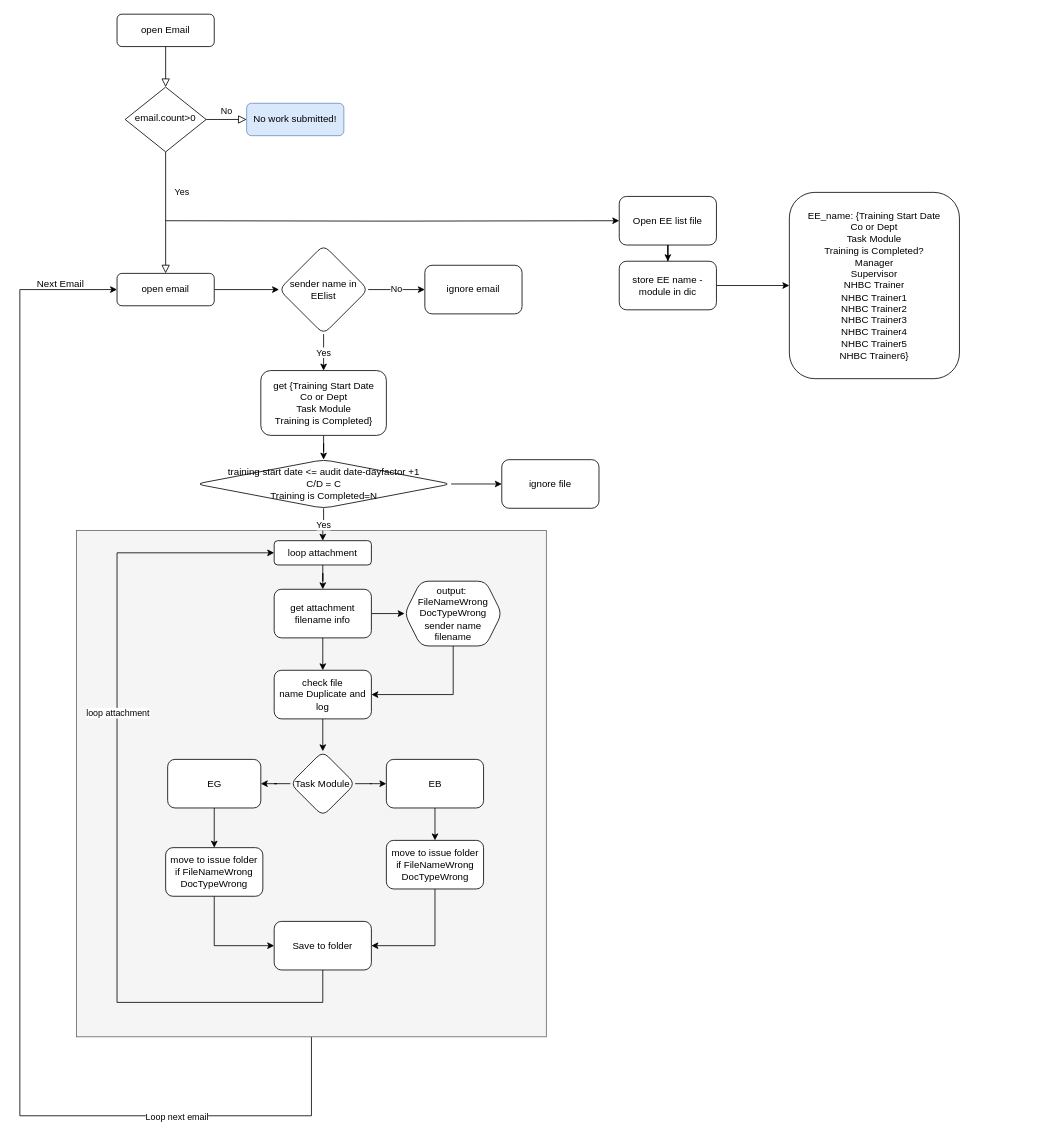
The draw.io diagram OPEX - handle received email.drawio in explorer2x/temp, before the edit. Source tidied: cells renumbered, new cells numbered last; positions are measured from the earlier drawing's top-left corner, leaving out a move shared by most shapes. Both pictures are drawn from the tidied source at 81%, with x=0, y=0 at pixel (19, 14).
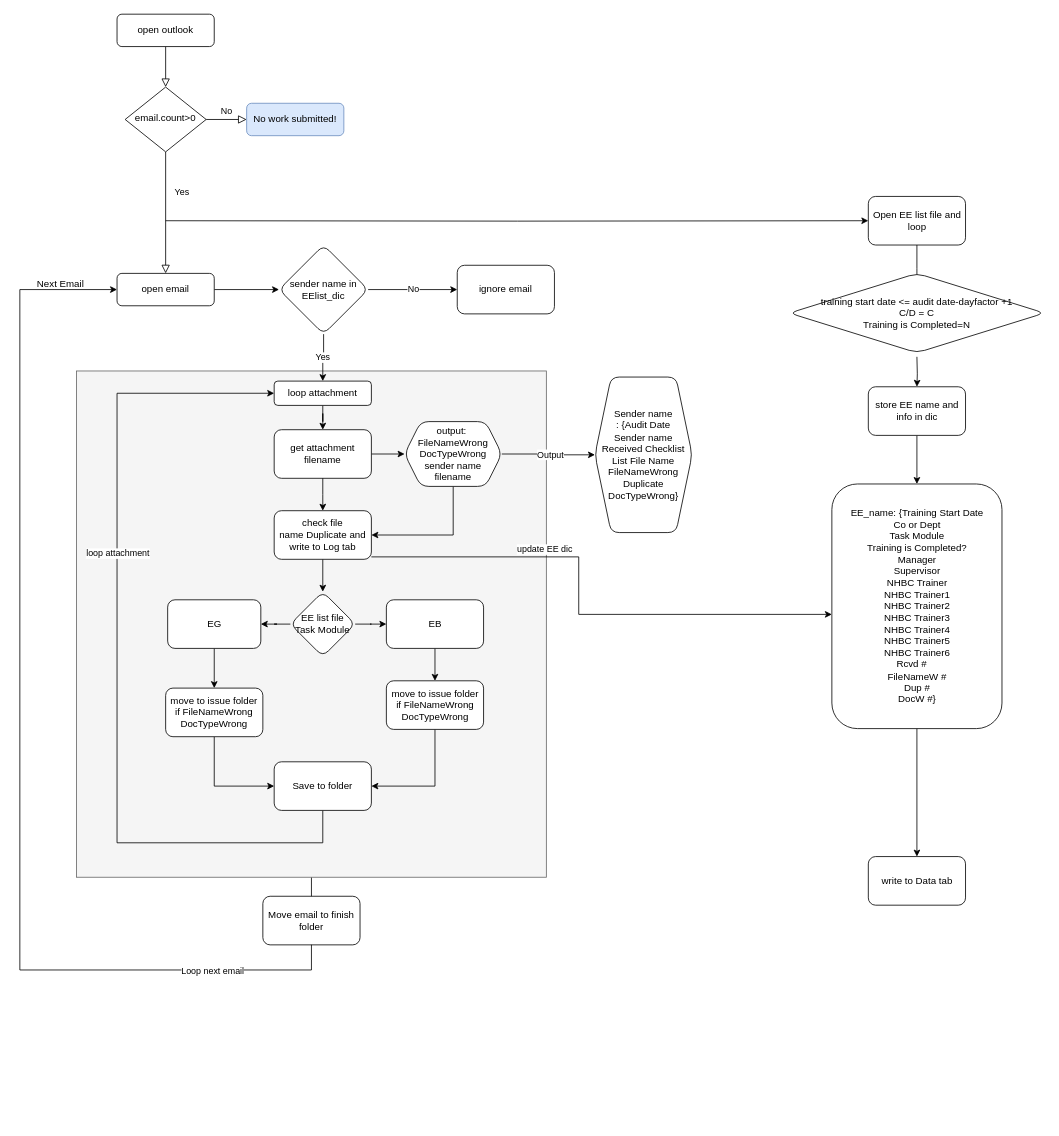
Above is the later version.

The change refers to these unchanged cells:
```xml
<mxCell id="13" value="open email" style="rounded=1;whiteSpace=wrap;html=1;fontSize=12;glass=0;strokeWidth=1;shadow=0;" parent="1" vertex="1">
  <mxGeometry x="120" y="320" width="120" height="40" as="geometry" />
</mxCell>
```

Change to the diagram source:
```diff
@@
     <mxCell id="2" style="edgeStyle=orthogonalEdgeStyle;rounded=0;jettySize=auto;html=1;entryX=0;entryY=0.5;entryDx=0;entryDy=0;" parent="1" edge="1" source="4" target="13">
       <mxGeometry relative="1" as="geometry">
         <Array as="points">
-          <mxPoint x="360" y="1360" />
-          <mxPoint y="1360" />
+          <mxPoint x="360" y="1180" />
+          <mxPoint y="1180" />
           <mxPoint y="340" />
         </Array>
       </mxGeometry>
     </mxCell>
@@
     <mxCell id="4" style="rounded=0;whiteSpace=wrap;html=1;fillColor=#f5f5f5;fontColor=#333333;strokeColor=#666666;" parent="1" vertex="1">
-      <mxGeometry x="70" y="637.5" width="580" height="625" as="geometry" />
+      <mxGeometry x="70" y="440.5" width="580" height="625" as="geometry" />
     </mxCell>
@@
-    <mxCell id="6" value="open Email" style="rounded=1;whiteSpace=wrap;html=1;fontSize=12;glass=0;strokeWidth=1;shadow=0;" parent="1" vertex="1">
+    <mxCell id="6" value="open outlook" style="rounded=1;whiteSpace=wrap;html=1;fontSize=12;glass=0;strokeWidth=1;shadow=0;" parent="1" vertex="1">
       <mxGeometry x="120" width="120" height="40" as="geometry" />
     </mxCell>
@@
-    <mxCell id="14" style="edgeStyle=orthogonalEdgeStyle;rounded=0;jettySize=auto;html=1;" parent="1" edge="1" source="15" target="17">
-      <mxGeometry relative="1" as="geometry" />
-    </mxCell>
+    <mxCell id="54" style="edgeStyle=orthogonalEdgeStyle;rounded=0;jettySize=auto;html=1;entryX=0.5;entryY=0;entryDx=0;entryDy=0;" parent="1" edge="1" source="15">
+      <mxGeometry relative="1" as="geometry">
+        <mxPoint x="1107.5" y="343" as="targetPoint" />
+      </mxGeometry>
+    </mxCell>
-    <mxCell id="15" value="Open EE list file" style="rounded=1;whiteSpace=wrap;html=1;" parent="1" vertex="1">
-      <mxGeometry x="740" y="225" width="120" height="60" as="geometry" />
+    <mxCell id="15" value="Open EE list file and loop" style="rounded=1;whiteSpace=wrap;html=1;" parent="1" vertex="1">
+      <mxGeometry x="1047.5" y="225" width="120" height="60" as="geometry" />
     </mxCell>
@@
-    <mxCell id="17" value="store EE name - module in dic" style="whiteSpace=wrap;html=1;rounded=1;" parent="1" vertex="1">
-      <mxGeometry x="740" y="305" width="120" height="60" as="geometry" />
+    <mxCell id="17" value="store EE name and info in dic" style="whiteSpace=wrap;html=1;rounded=1;" parent="1" vertex="1">
+      <mxGeometry x="1047.5" y="460" width="120" height="60" as="geometry" />
     </mxCell>
+    <mxCell id="55" style="edgeStyle=orthogonalEdgeStyle;rounded=0;jettySize=auto;html=1;" parent="1" edge="1" source="18" target="61">
+      <mxGeometry relative="1" as="geometry" />
+    </mxCell>
-    <mxCell id="18" value="&lt;div&gt;EE_name: {Training Start Date&lt;/div&gt;&lt;div&gt;Co or Dept&lt;/div&gt;&lt;div&gt;Task Module&lt;/div&gt;&lt;div&gt;Training is Completed?&lt;br&gt;&lt;/div&gt;&lt;div&gt;Manager&lt;/div&gt;&lt;div&gt;Supervisor&lt;/div&gt;&lt;div&gt;NHBC Trainer&lt;/div&gt;&lt;div&gt;NHBC Trainer1&lt;/div&gt;&lt;div&gt;NHBC Trainer2&lt;/div&gt;&lt;div&gt;NHBC Trainer3&lt;/div&gt;&lt;div&gt;NHBC Trainer4&lt;/div&gt;&lt;div&gt;NHBC Trainer5&lt;/div&gt;&lt;div&gt;NHBC Trainer6}&lt;/div&gt;" style="whiteSpace=wrap;html=1;rounded=1;" parent="1" vertex="1">
-      <mxGeometry x="950" y="220" width="210" height="230" as="geometry" />
+    <mxCell id="18" value="&lt;div&gt;EE_name: {Training Start Date&lt;/div&gt;&lt;div&gt;Co or Dept&lt;/div&gt;&lt;div&gt;Task Module&lt;/div&gt;&lt;div&gt;Training is Completed?&lt;br&gt;&lt;/div&gt;&lt;div&gt;Manager&lt;/div&gt;&lt;div&gt;Supervisor&lt;/div&gt;&lt;div&gt;NHBC Trainer&lt;/div&gt;&lt;div&gt;NHBC Trainer1&lt;/div&gt;&lt;div&gt;NHBC Trainer2&lt;/div&gt;&lt;div&gt;NHBC Trainer3&lt;/div&gt;&lt;div&gt;NHBC Trainer4&lt;/div&gt;&lt;div&gt;NHBC Trainer5&lt;/div&gt;&lt;div&gt;NHBC Trainer6&lt;/div&gt;&lt;div&gt;Rcvd #&lt;span style=&quot;white-space: pre;&quot;&gt;&amp;nbsp;&amp;nbsp;&amp;nbsp;&amp;nbsp;&lt;/span&gt;&lt;/div&gt;&lt;div&gt;FileNameW #&lt;/div&gt;&lt;div&gt;Dup #&lt;/div&gt;&lt;div&gt;&lt;span style=&quot;background-color: initial;&quot;&gt;DocW #&lt;/span&gt;}&lt;/div&gt;" style="whiteSpace=wrap;html=1;rounded=1;" parent="1" vertex="1">
+      <mxGeometry x="1002.5" y="580" width="210" height="302" as="geometry" />
     </mxCell>
-    <mxCell id="19" value="Yes" style="edgeStyle=orthogonalEdgeStyle;rounded=0;jettySize=auto;html=1;" parent="1" edge="1" source="21" target="23">
+    <mxCell id="19" value="Yes" style="edgeStyle=orthogonalEdgeStyle;rounded=0;jettySize=auto;html=1;entryX=0.5;entryY=0;entryDx=0;entryDy=0;" parent="1" edge="1" source="21" target="30">
       <mxGeometry relative="1" as="geometry" />
     </mxCell>
@@
-    <mxCell id="21" value="sender name in EElist" style="rhombus;whiteSpace=wrap;html=1;rounded=1;glass=0;strokeWidth=1;shadow=0;" parent="1" vertex="1">
+    <mxCell id="21" value="sender name in EElist_dic" style="rhombus;whiteSpace=wrap;html=1;rounded=1;glass=0;strokeWidth=1;shadow=0;" parent="1" vertex="1">
       <mxGeometry x="320" y="285" width="110" height="110" as="geometry" />
     </mxCell>
-    <mxCell id="22" style="edgeStyle=orthogonalEdgeStyle;rounded=0;jettySize=auto;html=1;" parent="1" edge="1" source="23" target="28">
-      <mxGeometry relative="1" as="geometry" />
-    </mxCell>
-    <mxCell id="23" value="get {Training Start Date&lt;br&gt;Co or Dept&lt;br&gt;&lt;div style=&quot;border-color: var(--border-color);&quot;&gt;Task Module&lt;/div&gt;&lt;div style=&quot;border-color: var(--border-color);&quot;&gt;Training is Completed&lt;span style=&quot;background-color: initial;&quot;&gt;}&lt;/span&gt;&lt;/div&gt;" style="whiteSpace=wrap;html=1;rounded=1;glass=0;strokeWidth=1;shadow=0;" parent="1" vertex="1">
-      <mxGeometry x="297.5" y="440" width="155" height="80" as="geometry" />
-    </mxCell>
     <mxCell id="24" value="ignore email" style="rounded=1;whiteSpace=wrap;html=1;glass=0;strokeWidth=1;shadow=0;" parent="1" vertex="1">
-      <mxGeometry x="500" y="310" width="120" height="60" as="geometry" />
+      <mxGeometry x="540" y="310" width="120" height="60" as="geometry" />
     </mxCell>
-    <mxCell id="25" style="edgeStyle=orthogonalEdgeStyle;rounded=0;jettySize=auto;html=1;" parent="1" edge="1" source="28" target="30">
-      <mxGeometry relative="1" as="geometry" />
-    </mxCell>
-    <mxCell id="26" value="Yes" style="edgeLabel;html=1;align=center;verticalAlign=middle;" parent="25" vertex="1">
-      <mxGeometry x="0.35" y="-3" relative="1" as="geometry">
-        <mxPoint x="3" y="-7" as="offset" />
-      </mxGeometry>
-    </mxCell>
-    <mxCell id="27" style="edgeStyle=orthogonalEdgeStyle;rounded=0;jettySize=auto;html=1;" parent="1" edge="1" source="28" target="45">
-      <mxGeometry relative="1" as="geometry" />
-    </mxCell>
-    <mxCell id="28" value="training start date &amp;lt;= audit date-dayfactor +1&lt;br&gt;C/D = C&lt;br&gt;Training is Completed=N" style="rhombus;whiteSpace=wrap;html=1;rounded=1;glass=0;strokeWidth=1;shadow=0;" parent="1" vertex="1">
-      <mxGeometry x="217.5" y="550" width="315" height="60" as="geometry" />
-    </mxCell>
@@
     <mxCell id="30" value="loop attachment" style="whiteSpace=wrap;html=1;rounded=1;glass=0;strokeWidth=1;shadow=0;" parent="1" vertex="1">
-      <mxGeometry x="314" y="650" width="120" height="30" as="geometry" />
+      <mxGeometry x="314" y="453" width="120" height="30" as="geometry" />
     </mxCell>
@@
-    <mxCell id="33" value="get attachment filename info" style="whiteSpace=wrap;html=1;rounded=1;glass=0;strokeWidth=1;shadow=0;" parent="1" vertex="1">
-      <mxGeometry x="314" y="710" width="120" height="60" as="geometry" />
+    <mxCell id="33" value="get attachment filename" style="whiteSpace=wrap;html=1;rounded=1;glass=0;strokeWidth=1;shadow=0;" parent="1" vertex="1">
+      <mxGeometry x="314" y="513" width="120" height="60" as="geometry" />
     </mxCell>
@@
-    <mxCell id="36" value="&lt;div style=&quot;border-color: var(--border-color);&quot;&gt;Task Module&lt;/div&gt;" style="rhombus;whiteSpace=wrap;html=1;rounded=1;glass=0;strokeWidth=1;shadow=0;" parent="1" vertex="1">
-      <mxGeometry x="334" y="910" width="80" height="80" as="geometry" />
+    <mxCell id="36" value="EE list file&lt;div style=&quot;border-color: var(--border-color);&quot;&gt;Task Module&lt;/div&gt;" style="rhombus;whiteSpace=wrap;html=1;rounded=1;glass=0;strokeWidth=1;shadow=0;" parent="1" vertex="1">
+      <mxGeometry x="334" y="713" width="80" height="80" as="geometry" />
     </mxCell>
@@
     <mxCell id="39" value="EG" style="whiteSpace=wrap;html=1;rounded=1;glass=0;strokeWidth=1;shadow=0;" parent="1" vertex="1">
-      <mxGeometry x="182.5" y="920" width="115" height="60" as="geometry" />
+      <mxGeometry x="182.5" y="723" width="115" height="60" as="geometry" />
     </mxCell>
@@
     <mxCell id="42" value="EB" style="whiteSpace=wrap;html=1;rounded=1;glass=0;strokeWidth=1;shadow=0;" parent="1" vertex="1">
-      <mxGeometry x="452.5" y="920" width="120" height="60" as="geometry" />
+      <mxGeometry x="452.5" y="723" width="120" height="60" as="geometry" />
     </mxCell>
     <mxCell id="43" style="edgeStyle=orthogonalEdgeStyle;rounded=0;jettySize=auto;html=1;" parent="1" edge="1" source="33" target="44">
       <mxGeometry relative="1" as="geometry">
         <Array as="points">
-          <mxPoint x="374" y="790" />
-          <mxPoint x="374" y="790" />
+          <mxPoint x="374" y="593" />
+          <mxPoint x="374" y="593" />
         </Array>
       </mxGeometry>
     </mxCell>
+    <mxCell id="56" style="edgeStyle=orthogonalEdgeStyle;rounded=0;jettySize=auto;html=1;" parent="1" edge="1" source="44" target="18">
+      <mxGeometry relative="1" as="geometry">
+        <Array as="points">
+          <mxPoint x="690" y="670" />
+          <mxPoint x="690" y="741" />
+        </Array>
+      </mxGeometry>
+    </mxCell>
+    <mxCell id="57" value="update EE dic" style="edgeLabel;html=1;align=center;verticalAlign=middle;" parent="56" vertex="1">
+      <mxGeometry x="-0.2" relative="1" as="geometry">
+        <mxPoint x="-43" y="-10" as="offset" />
+      </mxGeometry>
+    </mxCell>
-    <mxCell id="44" value="check file name&amp;nbsp;Duplicate and log" style="whiteSpace=wrap;html=1;rounded=1;glass=0;strokeWidth=1;shadow=0;" parent="1" vertex="1">
-      <mxGeometry x="314" y="810" width="120" height="60" as="geometry" />
+    <mxCell id="44" value="check file name&amp;nbsp;Duplicate and write to Log tab" style="whiteSpace=wrap;html=1;rounded=1;glass=0;strokeWidth=1;shadow=0;" parent="1" vertex="1">
+      <mxGeometry x="314" y="613" width="120" height="60" as="geometry" />
     </mxCell>
-    <mxCell id="45" value="ignore file" style="whiteSpace=wrap;html=1;rounded=1;glass=0;strokeWidth=1;shadow=0;" parent="1" vertex="1">
-      <mxGeometry x="595" y="550" width="120" height="60" as="geometry" />
-    </mxCell>
@@
+    <mxCell id="58" style="edgeStyle=orthogonalEdgeStyle;rounded=0;jettySize=auto;html=1;" parent="1" edge="1" source="47" target="62">
+      <mxGeometry relative="1" as="geometry" />
+    </mxCell>
+    <mxCell id="59" value="Output" style="edgeLabel;html=1;align=center;verticalAlign=middle;" parent="58" vertex="1">
+      <mxGeometry x="0.03" y="1" relative="1" as="geometry" />
+    </mxCell>
     <mxCell id="47" value="output:&amp;nbsp;&lt;br style=&quot;border-color: var(--border-color);&quot;&gt;&lt;div style=&quot;border-color: var(--border-color);&quot;&gt;FileNameWrong&lt;/div&gt;&lt;div style=&quot;border-color: var(--border-color);&quot;&gt;DocTypeWrong&lt;/div&gt;&lt;div style=&quot;border-color: var(--border-color);&quot;&gt;sender name&lt;/div&gt;&lt;div style=&quot;border-color: var(--border-color);&quot;&gt;filename&lt;/div&gt;" style="shape=hexagon;perimeter=hexagonPerimeter2;whiteSpace=wrap;html=1;fixedSize=1;rounded=1;glass=0;strokeWidth=1;shadow=0;" parent="1" vertex="1">
-      <mxGeometry x="475" y="700" width="120" height="80" as="geometry" />
+      <mxGeometry x="475" y="503" width="120" height="80" as="geometry" />
     </mxCell>
     <mxCell id="48" style="edgeStyle=orthogonalEdgeStyle;rounded=0;jettySize=auto;html=1;entryX=0;entryY=0.5;entryDx=0;entryDy=0;" parent="1" edge="1" source="50" target="30">
       <mxGeometry relative="1" as="geometry">
         <Array as="points">
-          <mxPoint x="374" y="1220" />
-          <mxPoint x="120" y="1220" />
-          <mxPoint x="120" y="665" />
+          <mxPoint x="374" y="1023" />
+          <mxPoint x="120" y="1023" />
+          <mxPoint x="120" y="468" />
         </Array>
       </mxGeometry>
     </mxCell>
@@
     <mxCell id="50" value="Save to folder" style="rounded=1;whiteSpace=wrap;html=1;" parent="1" vertex="1">
-      <mxGeometry x="314" y="1120" width="120" height="60" as="geometry" />
+      <mxGeometry x="314" y="923" width="120" height="60" as="geometry" />
     </mxCell>
     <mxCell id="51" value="move to issue folder if&amp;nbsp;FileNameWrong&lt;div style=&quot;border-color: var(--border-color);&quot;&gt;DocTypeWrong&lt;/div&gt;" style="whiteSpace=wrap;html=1;rounded=1;glass=0;strokeWidth=1;shadow=0;" parent="1" vertex="1">
-      <mxGeometry x="452.5" y="1020" width="120" height="60" as="geometry" />
+      <mxGeometry x="452.5" y="823" width="120" height="60" as="geometry" />
     </mxCell>
     <mxCell id="52" value="move to issue folder if&amp;nbsp;FileNameWrong&lt;div style=&quot;border-color: var(--border-color);&quot;&gt;DocTypeWrong&lt;/div&gt;" style="whiteSpace=wrap;html=1;rounded=1;glass=0;strokeWidth=1;shadow=0;" parent="1" vertex="1">
-      <mxGeometry x="180" y="1029" width="120" height="60" as="geometry" />
+      <mxGeometry x="180" y="832" width="120" height="60" as="geometry" />
     </mxCell>
@@
+    <mxCell id="60" style="edgeStyle=orthogonalEdgeStyle;rounded=0;jettySize=auto;html=1;" parent="1" edge="1" target="17">
+      <mxGeometry relative="1" as="geometry">
+        <mxPoint x="1107.5" y="423" as="sourcePoint" />
+      </mxGeometry>
+    </mxCell>
+    <mxCell id="28" value="training start date &amp;lt;= audit date-dayfactor +1&lt;br&gt;C/D = C&lt;br&gt;Training is Completed=N" style="rhombus;whiteSpace=wrap;html=1;rounded=1;glass=0;strokeWidth=1;shadow=0;" parent="1" vertex="1">
+      <mxGeometry x="950" y="320" width="315" height="98" as="geometry" />
+    </mxCell>
+    <mxCell id="61" value="write to Data tab" style="whiteSpace=wrap;html=1;rounded=1;" parent="1" vertex="1">
+      <mxGeometry x="1047.5" y="1040" width="120" height="60" as="geometry" />
+    </mxCell>
+    <mxCell id="62" value="&lt;div style=&quot;border-color: var(--border-color);&quot;&gt;Sender name&lt;/div&gt;&lt;div style=&quot;border-color: var(--border-color);&quot;&gt;: {Audit&amp;nbsp;Date&lt;/div&gt;&lt;div style=&quot;border-color: var(--border-color);&quot;&gt;Sender name&lt;/div&gt;&lt;div style=&quot;border-color: var(--border-color);&quot;&gt;Received Checklist List File Name&lt;/div&gt;&lt;div style=&quot;border-color: var(--border-color);&quot;&gt;FileNameWrong&lt;/div&gt;&lt;div style=&quot;border-color: var(--border-color);&quot;&gt;Duplicate&lt;/div&gt;&lt;div style=&quot;border-color: var(--border-color);&quot;&gt;&lt;span style=&quot;background-color: initial;&quot;&gt;DocTypeWrong&lt;/span&gt;}&lt;/div&gt;" style="shape=hexagon;perimeter=hexagonPerimeter2;whiteSpace=wrap;html=1;fixedSize=1;rounded=1;glass=0;strokeWidth=1;shadow=0;" parent="1" vertex="1">
+      <mxGeometry x="710" y="448" width="120" height="192" as="geometry" />
+    </mxCell>
+    <mxCell id="63" value="Move email to finish folder" style="rounded=1;whiteSpace=wrap;html=1;" parent="1" vertex="1">
+      <mxGeometry x="300" y="1089" width="120" height="60" as="geometry" />
+    </mxCell>
```
